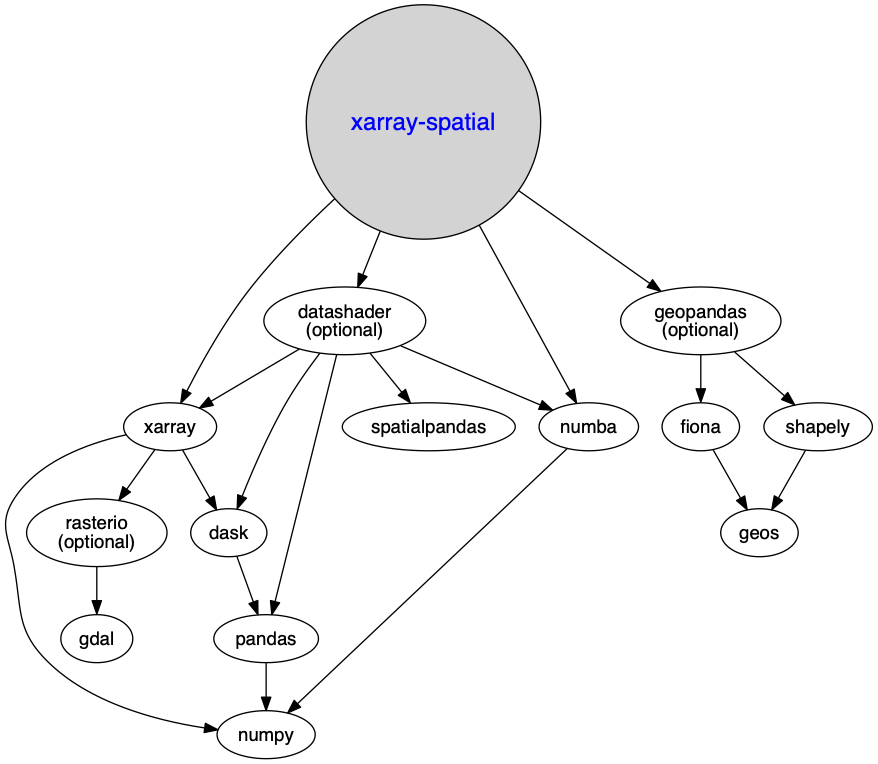
Above: dependencies.png in makepath/xarray-spatial (Graphviz), before the change. Its source is kept beside it as dependencies.dot.
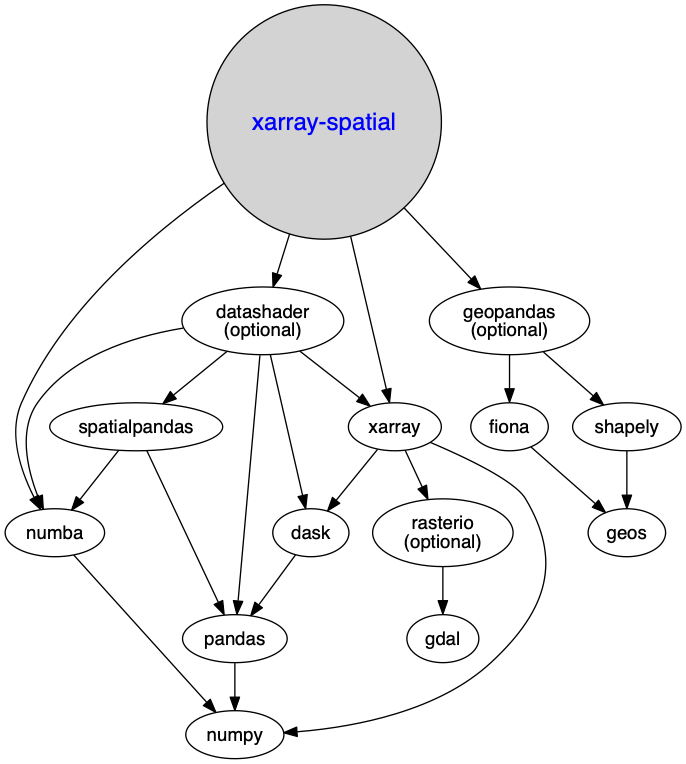
After the change.

Commit message:
updated dependency graph

Diff of the diagram source:
```diff
@@ -14,6 +14,8 @@
 numba -> numpy;
 pandas -> numpy;
 dask -> pandas;
+spatialpandas -> pandas;
+spatialpandas -> numba;
 "geopandas\n(optional)" -> fiona -> geos;
 "geopandas\n(optional)" -> shapely -> geos;
 
```
